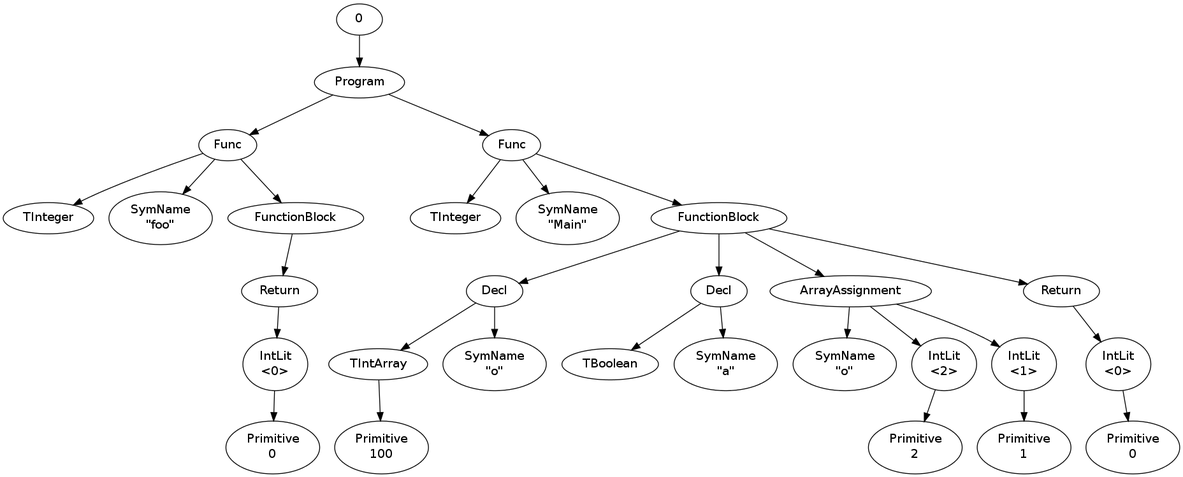
Above: test.good.png in PlumpMath/Compiler (Graphviz), before the change. Its source is kept beside it as test.dot.
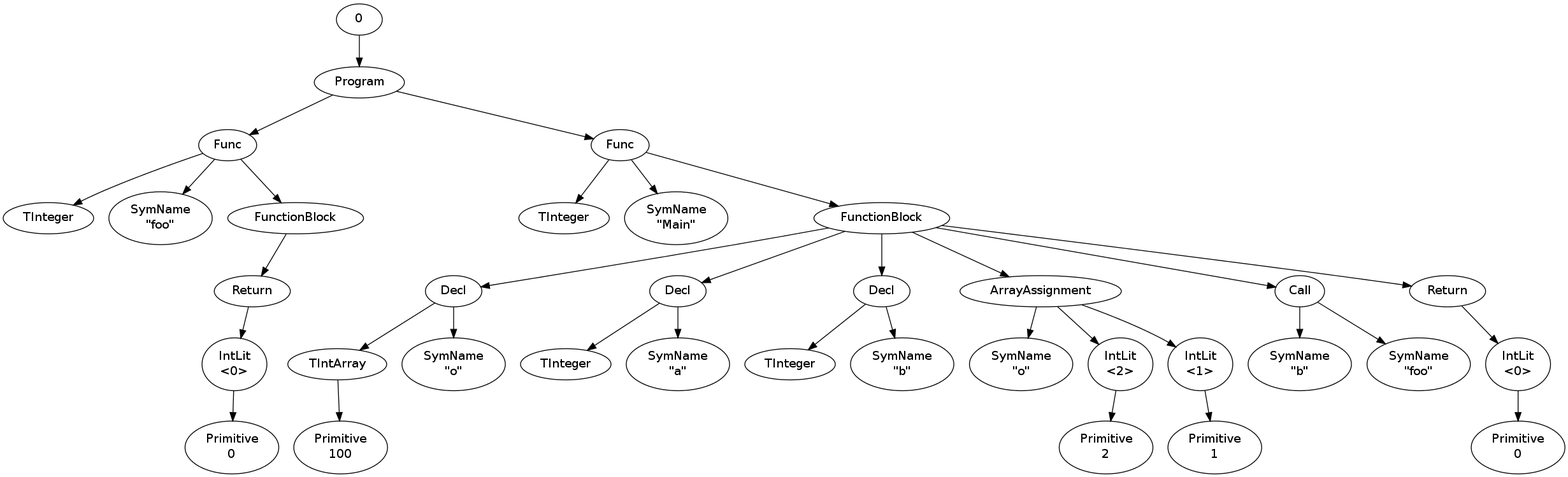
Later version of the same file.

Diff of the diagram source:
```diff
@@ -33,26 +33,60 @@
 "13" -> "16"
 "17" [label="Decl"]
 "12" -> "17"
-"18" [label="TBoolean"]
+"18" [label="TInteger"]
 "17" -> "18"
 "19" [label="SymName\n\"a\""]
 "17" -> "19"
-"20" [label="ArrayAssignment"]
+"20" [label="Decl"]
 "12" -> "20"
-"21" [label="SymName\n\"o\""]
+"21" [label="TInteger"]
 "20" -> "21"
-"22" [label="IntLit\n<2>"]
+"22" [label="SymName\n\"b\""]
 "20" -> "22"
-"23" [label="Primitive\n2"]
-"22" -> "23"
-"24" [label="IntLit\n<1>"]
-"20" -> "24"
-"25" [label="Primitive\n1"]
-"24" -> "25"
-"26" [label="Return"]
-"12" -> "26"
-"27" [label="IntLit\n<0>"]
-"26" -> "27"
-"28" [label="Primitive\n0"]
-"27" -> "28"
+"23" [label="ArrayCall"]
+"12" -> "23"
+"24" [label="SymName\n\"o\""]
+"23" -> "24"
+"25" [label="IntLit\n<1>"]
+"23" -> "25"
+"26" [label="Primitive\n1"]
+"25" -> "26"
+"27" [label="SymName\n\"foo\""]
+"23" -> "27"
+"28" [label="IfWithElse"]
+"12" -> "28"
+"29" [label="BoolLit\n<1>"]
+"28" -> "29"
+"30" [label="Primitive\n1"]
+"29" -> "30"
+"31" [label="NestedBlock"]
+"28" -> "31"
+"32" [label="Assignment"]
+"31" -> "32"
+"33" [label="SymName\n\"a\""]
+"32" -> "33"
+"34" [label="IntLit\n<5>"]
+"32" -> "34"
+"35" [label="Primitive\n5"]
+"34" -> "35"
+"36" [label="NestedBlock"]
+"28" -> "36"
+"37" [label="ForLoop"]
+"36" -> "37"
+"38" [label="None"]
+"37" -> "38"
+"39" [label="BoolLit\n<1>"]
+"37" -> "39"
+"40" [label="Primitive\n1"]
+"39" -> "40"
+"41" [label="None"]
+"37" -> "41"
+"42" [label="NestedBlock"]
+"37" -> "42"
+"43" [label="Return"]
+"12" -> "43"
+"44" [label="IntLit\n<0>"]
+"43" -> "44"
+"45" [label="Primitive\n0"]
+"44" -> "45"
 };
```
